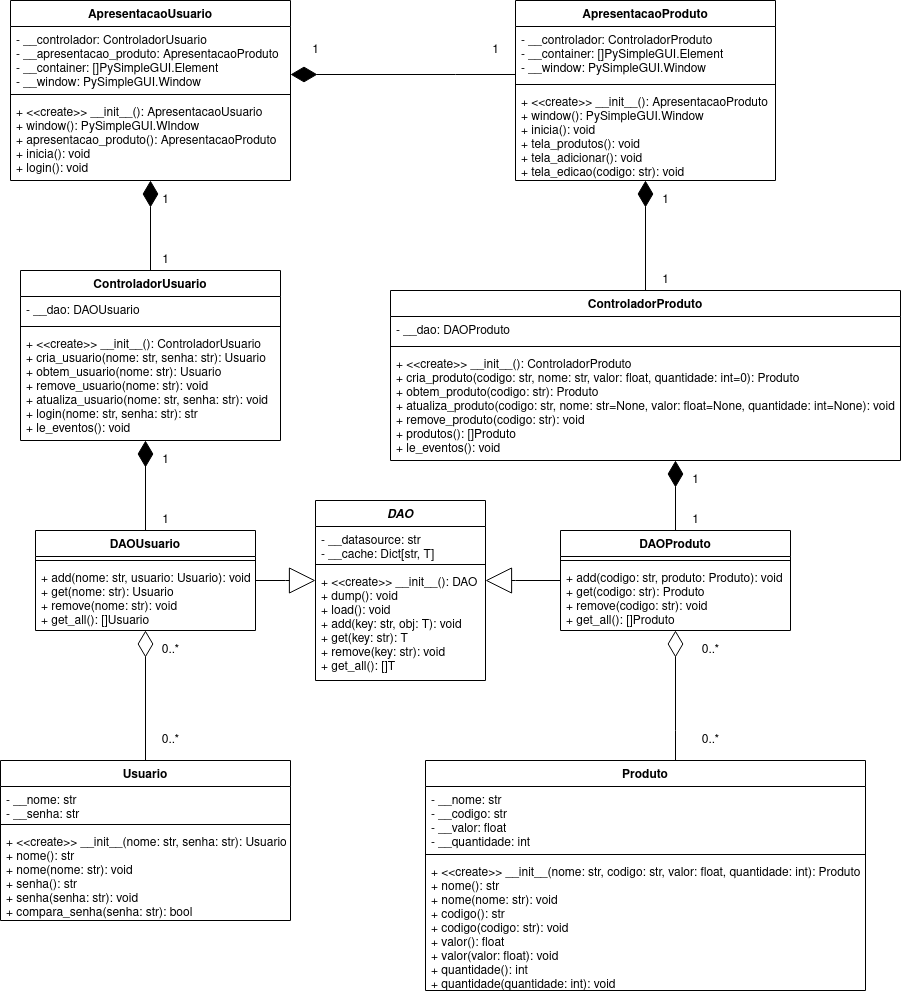
Earlier version of the draw.io export UML.png (GianOrtiz/ine5404-exemplo-mvc). Source tidied: cells renumbered, new cells last; positions are measured from the earlier drawing's top-left corner, leaving out a move shared by most shapes.
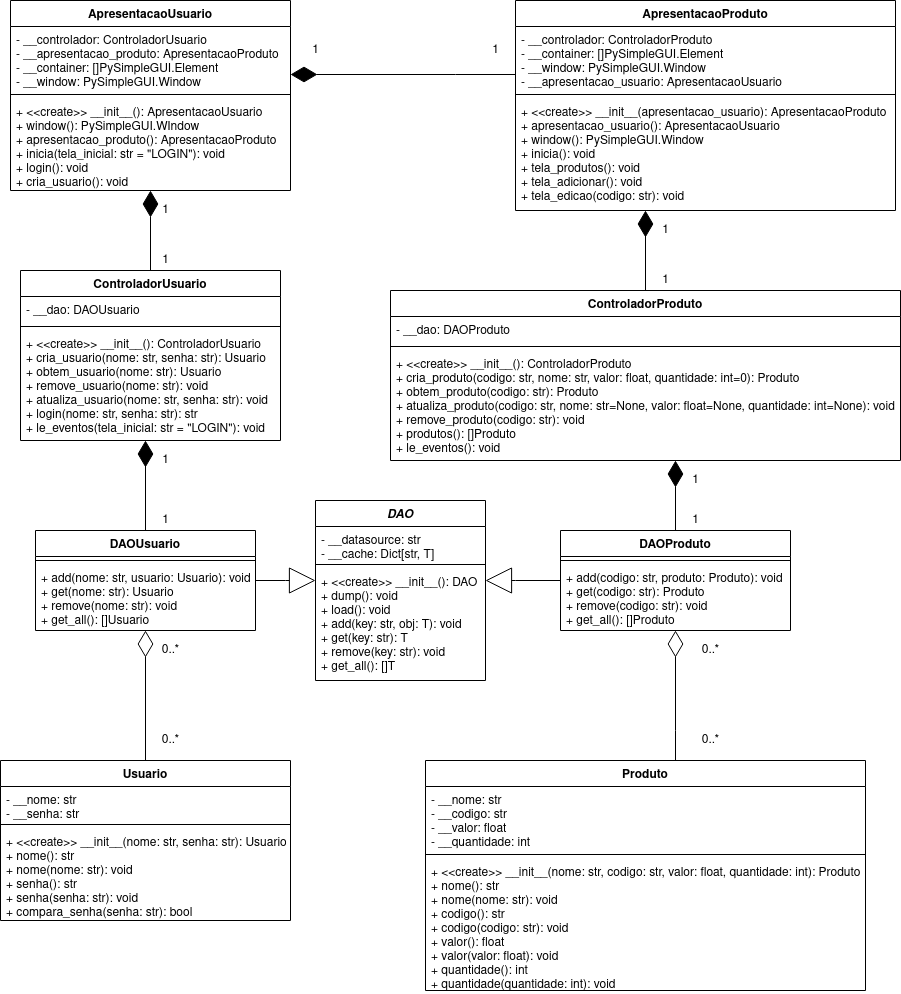
The same diagram one commit later.

Commit message:
Add window to create a new user

What changed in the source:
```diff
@@ -3,7 +3,7 @@
     <mxCell id="0" />
     <mxCell id="1" parent="0" />
     <mxCell id="2" value="ApresentacaoUsuario" style="swimlane;fontStyle=1;align=center;verticalAlign=top;horizontal=1;startSize=26;" parent="1" vertex="1">
-      <mxGeometry x="10" width="280" height="180" as="geometry" />
+      <mxGeometry x="10" width="280" height="190" as="geometry" />
     </mxCell>
     <mxCell id="3" value="- __controlador: ControladorUsuario&#10;- __apresentacao_produto: ApresentacaoProduto&#10;- __container: []PySimpleGUI.Element&#10;- __window: PySimpleGUI.Window" style="text;strokeColor=none;fillColor=none;align=left;verticalAlign=top;spacingLeft=4;spacingRight=4;overflow=hidden;points=[[0,0.5],[1,0.5]];portConstraint=eastwest;" parent="2" vertex="1">
       <mxGeometry y="26" width="280" height="64" as="geometry" />
@@ -11,8 +11,8 @@
     <mxCell id="4" style="line;strokeWidth=1;fillColor=none;align=left;verticalAlign=middle;spacingTop=-1;spacingLeft=3;spacingRight=3;labelPosition=right;" parent="2" vertex="1">
       <mxGeometry y="90" width="280" height="8" as="geometry" />
     </mxCell>
-    <mxCell id="5" value="+ &lt;&lt;create&gt;&gt; __init__(): ApresentacaoUsuario&#10;+ window(): PySimpleGUI.WIndow&#10;+ apresentacao_produto(): ApresentacaoProduto&#10;+ inicia(): void&#10;+ login(): void" style="text;strokeColor=none;fillColor=none;align=left;verticalAlign=top;spacingLeft=4;spacingRight=4;overflow=hidden;" parent="2" vertex="1">
-      <mxGeometry y="98" width="280" height="82" as="geometry" />
+    <mxCell id="5" value="+ &lt;&lt;create&gt;&gt; __init__(): ApresentacaoUsuario&#10;+ window(): PySimpleGUI.WIndow&#10;+ apresentacao_produto(): ApresentacaoProduto&#10;+ inicia(tela_inicial: str = &quot;LOGIN&quot;): void&#10;+ login(): void&#10;+ cria_usuario(): void" style="text;strokeColor=none;fillColor=none;align=left;verticalAlign=top;spacingLeft=4;spacingRight=4;overflow=hidden;" parent="2" vertex="1">
+      <mxGeometry y="98" width="280" height="92" as="geometry" />
     </mxCell>
     <mxCell id="6" style="edgeStyle=orthogonalEdgeStyle;rounded=0;jettySize=auto;html=1;startArrow=none;startFill=0;endArrow=diamondThin;endFill=1;startSize=24;endSize=24;" parent="1" edge="1" source="7" target="3">
       <mxGeometry relative="1" as="geometry">
@@ -23,16 +23,16 @@
       </mxGeometry>
     </mxCell>
     <mxCell id="7" value="ApresentacaoProduto" style="swimlane;fontStyle=1;align=center;verticalAlign=top;horizontal=1;startSize=26;" parent="1" vertex="1">
-      <mxGeometry x="515" width="260" height="180" as="geometry" />
+      <mxGeometry x="515" width="380" height="210" as="geometry" />
     </mxCell>
-    <mxCell id="8" value="- __controlador: ControladorProduto&#10;- __container: []PySimpleGUI.Element&#10;- __window: PySimpleGUI.Window&#10;" style="text;strokeColor=none;fillColor=none;align=left;verticalAlign=top;spacingLeft=4;spacingRight=4;overflow=hidden;" parent="7" vertex="1">
-      <mxGeometry y="26" width="260" height="54" as="geometry" />
+    <mxCell id="8" value="- __controlador: ControladorProduto&#10;- __container: []PySimpleGUI.Element&#10;- __window: PySimpleGUI.Window&#10;- __apresentacao_usuario: ApresentacaoUsuario&#10;" style="text;strokeColor=none;fillColor=none;align=left;verticalAlign=top;spacingLeft=4;spacingRight=4;overflow=hidden;" parent="7" vertex="1">
+      <mxGeometry y="26" width="380" height="64" as="geometry" />
     </mxCell>
     <mxCell id="9" style="line;strokeWidth=1;fillColor=none;align=left;verticalAlign=middle;spacingTop=-1;spacingLeft=3;spacingRight=3;labelPosition=right;" parent="7" vertex="1">
-      <mxGeometry y="80" width="260" height="8" as="geometry" />
+      <mxGeometry y="90" width="380" height="8" as="geometry" />
     </mxCell>
-    <mxCell id="10" value="+ &lt;&lt;create&gt;&gt; __init__(): ApresentacaoProduto&#10;+ window(): PySimpleGUI.Window&#10;+ inicia(): void&#10;+ tela_produtos(): void&#10;+ tela_adicionar(): void&#10;+ tela_edicao(codigo: str): void&#10;" style="text;strokeColor=none;fillColor=none;align=left;verticalAlign=top;spacingLeft=4;spacingRight=4;overflow=hidden;" parent="7" vertex="1">
-      <mxGeometry y="88" width="260" height="92" as="geometry" />
+    <mxCell id="10" value="+ &lt;&lt;create&gt;&gt; __init__(apresentacao_usuario): ApresentacaoProduto&#10;+ apresentacao_usuario(): ApresentacaoUsuario&#10;+ window(): PySimpleGUI.Window&#10;+ inicia(): void&#10;+ tela_produtos(): void&#10;+ tela_adicionar(): void&#10;+ tela_edicao(codigo: str): void&#10;" style="text;strokeColor=none;fillColor=none;align=left;verticalAlign=top;spacingLeft=4;spacingRight=4;overflow=hidden;" parent="7" vertex="1">
+      <mxGeometry y="98" width="380" height="112" as="geometry" />
     </mxCell>
     <mxCell id="11" value="1" style="text;html=1;align=center;verticalAlign=middle;strokeColor=none;" parent="1" vertex="1">
       <mxGeometry x="305" y="40" width="20" height="20" as="geometry" />
@@ -114,7 +114,7 @@
     <mxCell id="30" style="line;strokeWidth=1;fillColor=none;align=left;verticalAlign=middle;spacingTop=-1;spacingLeft=3;spacingRight=3;labelPosition=right;" parent="28" vertex="1">
       <mxGeometry y="52" width="260" height="8" as="geometry" />
     </mxCell>
-    <mxCell id="31" value="+ &lt;&lt;create&gt;&gt; __init__(): ControladorUsuario&#10;+ cria_usuario(nome: str, senha: str): Usuario&#10;+ obtem_usuario(nome: str): Usuario&#10;+ remove_usuario(nome: str): void&#10;+ atualiza_usuario(nome: str, senha: str): void&#10;+ login(nome: str, senha: str): str&#10;+ le_eventos(): void&#10;&#10;" style="text;strokeColor=none;fillColor=none;align=left;verticalAlign=top;spacingLeft=4;spacingRight=4;overflow=hidden;" parent="28" vertex="1">
+    <mxCell id="31" value="+ &lt;&lt;create&gt;&gt; __init__(): ControladorUsuario&#10;+ cria_usuario(nome: str, senha: str): Usuario&#10;+ obtem_usuario(nome: str): Usuario&#10;+ remove_usuario(nome: str): void&#10;+ atualiza_usuario(nome: str, senha: str): void&#10;+ login(nome: str, senha: str): str&#10;+ le_eventos(tela_inicial: str = &quot;LOGIN&quot;): void&#10;&#10;" style="text;strokeColor=none;fillColor=none;align=left;verticalAlign=top;spacingLeft=4;spacingRight=4;overflow=hidden;" parent="28" vertex="1">
       <mxGeometry y="60" width="260" height="110" as="geometry" />
     </mxCell>
     <mxCell id="32" style="edgeStyle=orthogonalEdgeStyle;rounded=0;jettySize=auto;html=1;endArrow=diamondThin;endFill=0;endSize=24;" parent="1" edge="1" source="33" target="19">
@@ -133,7 +133,12 @@
       <mxGeometry y="68" width="290" height="92" as="geometry" />
     </mxCell>
     <mxCell id="37" style="edgeStyle=orthogonalEdgeStyle;rounded=0;jettySize=auto;html=1;endArrow=diamondThin;endFill=1;endSize=24;" parent="1" edge="1" source="38" target="7">
-      <mxGeometry relative="1" as="geometry" />
+      <mxGeometry relative="1" as="geometry">
+        <Array as="points">
+          <mxPoint x="645" y="220" />
+          <mxPoint x="645" y="220" />
+        </Array>
+      </mxGeometry>
     </mxCell>
     <mxCell id="38" value="ControladorProduto" style="swimlane;fontStyle=1;align=center;verticalAlign=top;horizontal=1;startSize=26;" parent="1" vertex="1">
       <mxGeometry x="390" y="290" width="510" height="170" as="geometry" />
@@ -171,7 +176,7 @@
       <mxGeometry relative="1" as="geometry" />
     </mxCell>
     <mxCell id="48" value="1" style="text;html=1;align=center;verticalAlign=middle;strokeColor=none;" parent="1" vertex="1">
-      <mxGeometry x="155" y="190" width="20" height="20" as="geometry" />
+      <mxGeometry x="155" y="200" width="20" height="20" as="geometry" />
     </mxCell>
     <mxCell id="49" value="1" style="text;html=1;align=center;verticalAlign=middle;strokeColor=none;" parent="1" vertex="1">
       <mxGeometry x="155" y="250" width="20" height="20" as="geometry" />
@@ -180,7 +185,7 @@
       <mxGeometry x="655" y="270" width="20" height="20" as="geometry" />
     </mxCell>
     <mxCell id="51" value="1" style="text;html=1;align=center;verticalAlign=middle;strokeColor=none;" parent="1" vertex="1">
-      <mxGeometry x="655" y="190" width="20" height="20" as="geometry" />
+      <mxGeometry x="655" y="220" width="20" height="20" as="geometry" />
     </mxCell>
     <mxCell id="52" value="1" style="text;html=1;align=center;verticalAlign=middle;strokeColor=none;" parent="1" vertex="1">
       <mxGeometry x="685" y="470" width="20" height="20" as="geometry" />
```
